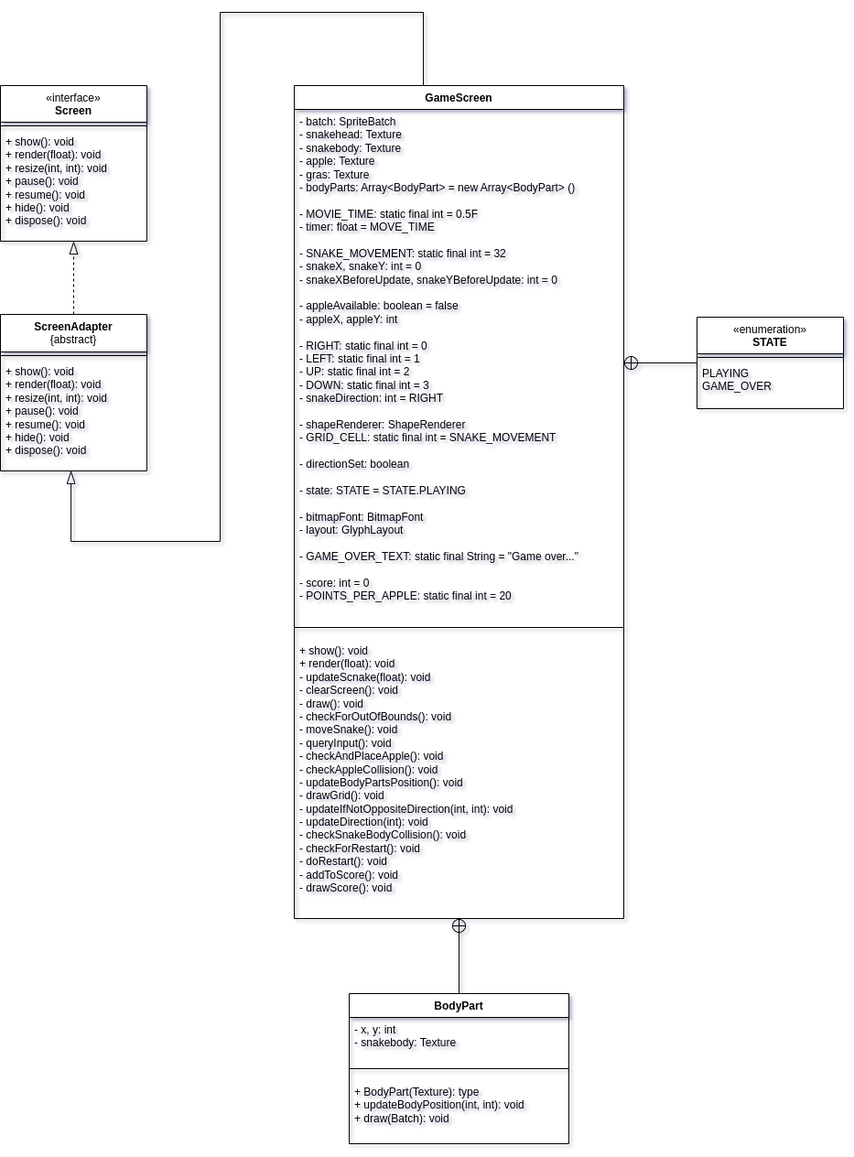
This is Snake_Java_GDX_UML.png from marcoscheuerer/Snake_Java_GDX, a draw.io export, as it was before one commit. Source tidied: cells renumbered, new cells last; positions are measured from the earlier drawing's top-left corner, leaving out a move shared by most shapes.
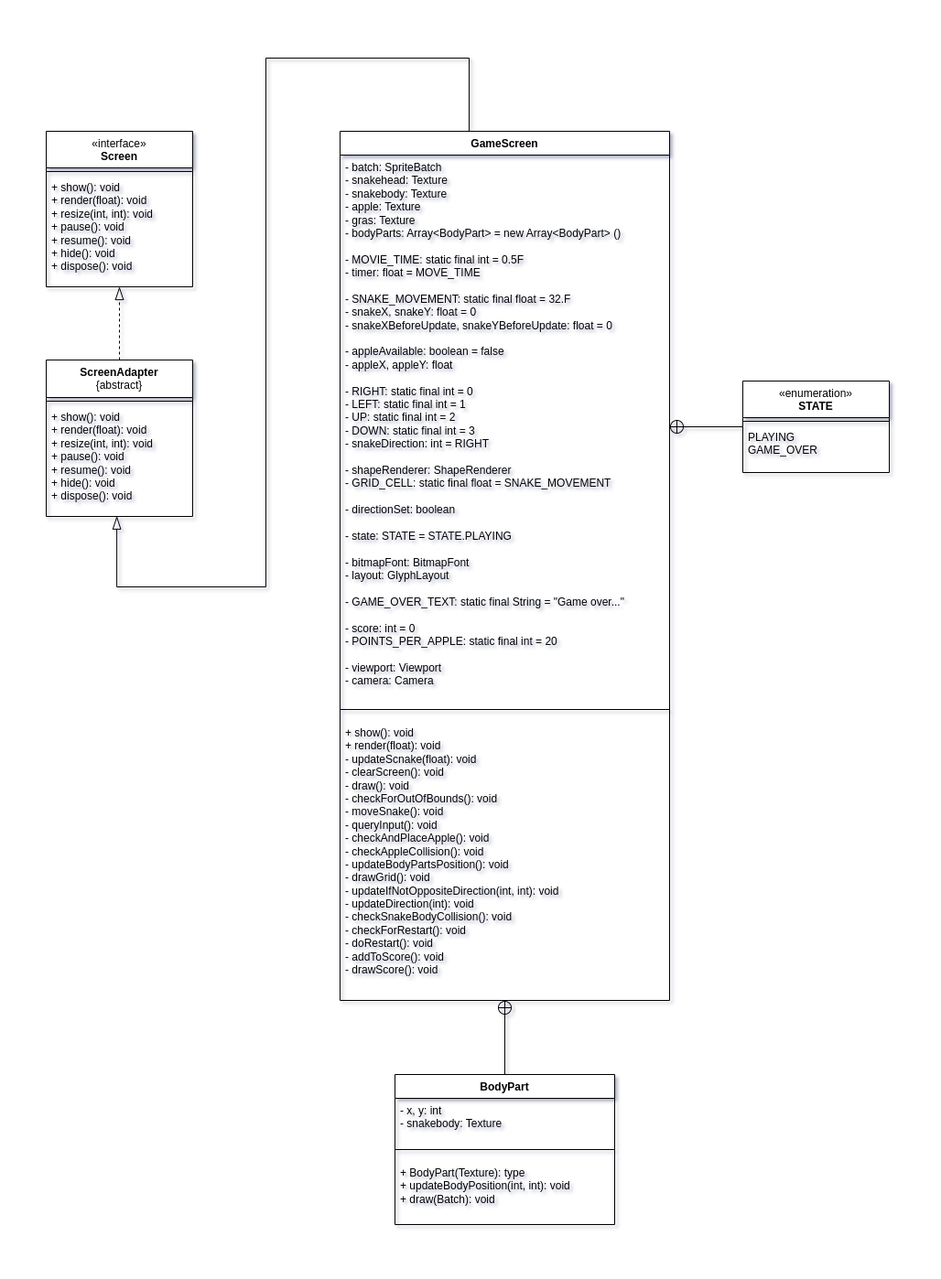
After the change.

Commit message:
Added viewport and camera, updated UML diagram, made a gif preview of the game

The edit, as a diff of the source:
```diff
@@ -14,16 +14,16 @@
       </mxGeometry>
     </mxCell>
     <mxCell id="3" value="GameScreen" style="swimlane;fontStyle=1;align=center;verticalAlign=top;horizontal=1;startSize=26;whiteSpace=wrap;html=1;" parent="1" vertex="1">
-      <mxGeometry x="321" y="80" width="360" height="910" as="geometry" />
+      <mxGeometry x="321" y="80" width="360" height="950" as="geometry" />
     </mxCell>
-    <mxCell id="4" value="- batch: SpriteBatch&lt;br&gt;- snakehead: Texture&lt;br&gt;- snakebody: Texture&lt;br&gt;- apple: Texture&lt;br&gt;- gras: Texture&lt;br&gt;- bodyParts: Array&amp;lt;BodyPart&amp;gt; = new Array&amp;lt;BodyPart&amp;gt; ()&lt;br&gt;&lt;br&gt;- MOVIE_TIME: static final int = 0.5F&lt;br&gt;- timer: float = MOVE_TIME&lt;br&gt;&lt;br&gt;- SNAKE_MOVEMENT: static final int = 32&lt;br&gt;- snakeX, snakeY: int = 0&lt;br&gt;- snakeXBeforeUpdate, snakeYBeforeUpdate: int = 0&lt;br&gt;&lt;br&gt;- appleAvailable: boolean = false&lt;br&gt;- appleX, appleY: int&lt;br&gt;&lt;br&gt;- RIGHT: static final int = 0&lt;br&gt;- LEFT: static final int = 1&lt;br&gt;- UP: static final int = 2&lt;br&gt;- DOWN: static final int = 3&lt;br&gt;- snakeDirection: int = RIGHT&lt;br&gt;&lt;br&gt;- shapeRenderer: ShapeRenderer&lt;br&gt;- GRID_CELL: static final int = SNAKE_MOVEMENT&lt;br&gt;&lt;br&gt;- directionSet: boolean&lt;br&gt;&lt;br&gt;- state: STATE = STATE.PLAYING&lt;br&gt;&lt;br&gt;- bitmapFont: BitmapFont&lt;br&gt;- layout: GlyphLayout&lt;br&gt;&lt;br&gt;- GAME_OVER_TEXT: static final String = &quot;Game over...&quot;&lt;br&gt;&lt;br&gt;- score: int = 0&lt;br&gt;- POINTS_PER_APPLE: static final int = 20" style="text;strokeColor=none;fillColor=none;align=left;verticalAlign=top;spacingLeft=4;spacingRight=4;overflow=hidden;points=[[0,0.5],[1,0.5]];portConstraint=eastwest;whiteSpace=wrap;html=1;" parent="3" vertex="1">
-      <mxGeometry y="26" width="360" height="554" as="geometry" />
+    <mxCell id="4" value="- batch: SpriteBatch&lt;br&gt;- snakehead: Texture&lt;br&gt;- snakebody: Texture&lt;br&gt;- apple: Texture&lt;br&gt;- gras: Texture&lt;br&gt;- bodyParts: Array&amp;lt;BodyPart&amp;gt; = new Array&amp;lt;BodyPart&amp;gt; ()&lt;br&gt;&lt;br&gt;- MOVIE_TIME: static final int = 0.5F&lt;br&gt;- timer: float = MOVE_TIME&lt;br&gt;&lt;br&gt;- SNAKE_MOVEMENT: static final float = 32.F&lt;br&gt;- snakeX, snakeY: float = 0&lt;br&gt;- snakeXBeforeUpdate, snakeYBeforeUpdate: float = 0&lt;br&gt;&lt;br&gt;- appleAvailable: boolean = false&lt;br&gt;- appleX, appleY: float&lt;br&gt;&lt;br&gt;- RIGHT: static final int = 0&lt;br&gt;- LEFT: static final int = 1&lt;br&gt;- UP: static final int = 2&lt;br&gt;- DOWN: static final int = 3&lt;br&gt;- snakeDirection: int = RIGHT&lt;br&gt;&lt;br&gt;- shapeRenderer: ShapeRenderer&lt;br&gt;- GRID_CELL: static final float = SNAKE_MOVEMENT&lt;br&gt;&lt;br&gt;- directionSet: boolean&lt;br&gt;&lt;br&gt;- state: STATE = STATE.PLAYING&lt;br&gt;&lt;br&gt;- bitmapFont: BitmapFont&lt;br&gt;- layout: GlyphLayout&lt;br&gt;&lt;br&gt;- GAME_OVER_TEXT: static final String = &quot;Game over...&quot;&lt;br&gt;&lt;br&gt;- score: int = 0&lt;br&gt;- POINTS_PER_APPLE: static final int = 20&lt;br&gt;&lt;br&gt;- viewport: Viewport&lt;br&gt;- camera: Camera" style="text;strokeColor=none;fillColor=none;align=left;verticalAlign=top;spacingLeft=4;spacingRight=4;overflow=hidden;points=[[0,0.5],[1,0.5]];portConstraint=eastwest;whiteSpace=wrap;html=1;" parent="3" vertex="1">
+      <mxGeometry y="26" width="360" height="594" as="geometry" />
     </mxCell>
     <mxCell id="5" style="line;strokeWidth=1;fillColor=none;align=left;verticalAlign=middle;spacingTop=-1;spacingLeft=3;spacingRight=3;labelPosition=right;strokeColor=inherit;" parent="3" vertex="1">
-      <mxGeometry y="580" width="360" height="24" as="geometry" />
+      <mxGeometry y="620" width="360" height="24" as="geometry" />
     </mxCell>
     <mxCell id="6" value="+ show(): void&lt;br&gt;+ render(float): void&lt;br&gt;- updateScnake(float): void&lt;br&gt;- clearScreen(): void&lt;br&gt;- draw(): void&lt;br&gt;- checkForOutOfBounds(): void&lt;br&gt;- moveSnake(): void&lt;br&gt;- queryInput(): void&lt;br&gt;- checkAndPlaceApple(): void&lt;br&gt;- checkAppleCollision(): void&lt;br&gt;- updateBodyPartsPosition(): void&lt;br&gt;- drawGrid(): void&lt;br&gt;- updateIfNotOppositeDirection(int, int): void&lt;br&gt;- updateDirection(int): void&lt;br&gt;- checkSnakeBodyCollision(): void&lt;br&gt;- checkForRestart(): void&lt;br&gt;- doRestart(): void&lt;br&gt;- addToScore(): void&lt;br&gt;- drawScore(): void" style="text;strokeColor=none;fillColor=none;align=left;verticalAlign=top;spacingLeft=4;spacingRight=4;overflow=hidden;points=[[0,0.5],[1,0.5]];portConstraint=eastwest;whiteSpace=wrap;html=1;" parent="3" vertex="1">
-      <mxGeometry y="604" width="360" height="306" as="geometry" />
+      <mxGeometry y="644" width="360" height="306" as="geometry" />
     </mxCell>
     <mxCell id="7" value="&lt;span style=&quot;font-weight: normal;&quot;&gt;«interface»&lt;/span&gt;&lt;br&gt;Screen" style="swimlane;fontStyle=1;align=center;verticalAlign=top;horizontal=1;startSize=40;whiteSpace=wrap;html=1;" parent="1" vertex="1">
       <mxGeometry y="80" width="160" height="170" as="geometry" />
@@ -50,7 +50,7 @@
       <mxGeometry relative="1" as="geometry" />
     </mxCell>
     <mxCell id="15" value="BodyPart" style="swimlane;fontStyle=1;align=center;verticalAlign=top;horizontal=1;startSize=26;whiteSpace=wrap;html=1;" parent="1" vertex="1">
-      <mxGeometry x="381" y="1072" width="240" height="164" as="geometry" />
+      <mxGeometry x="381" y="1111" width="240" height="164" as="geometry" />
     </mxCell>
     <mxCell id="16" value="- x, y: int&lt;br&gt;- snakebody: Texture" style="text;strokeColor=none;fillColor=none;align=left;verticalAlign=top;spacingLeft=4;spacingRight=4;overflow=hidden;whiteSpace=wrap;html=1;" parent="15" vertex="1">
       <mxGeometry y="26" width="240" height="44" as="geometry" />
@@ -65,7 +65,7 @@
       <mxGeometry relative="1" as="geometry" />
     </mxCell>
     <mxCell id="20" value="&lt;span style=&quot;font-weight: normal;&quot;&gt;«enumeration»&lt;/span&gt;&lt;br&gt;STATE" style="swimlane;fontStyle=1;align=center;verticalAlign=top;horizontal=1;startSize=40;whiteSpace=wrap;html=1;" parent="1" vertex="1">
-      <mxGeometry x="761" y="333" width="160" height="100" as="geometry" />
+      <mxGeometry x="761" y="353" width="160" height="100" as="geometry" />
     </mxCell>
     <mxCell id="21" style="line;strokeWidth=1;fillColor=none;align=left;verticalAlign=middle;spacingTop=-1;spacingLeft=3;spacingRight=3;labelPosition=right;strokeColor=inherit;" parent="20" vertex="1">
       <mxGeometry y="40" width="160" height="8" as="geometry" />
```
